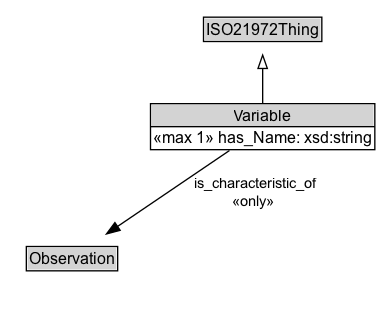
ISO-TC204/ontology-i72-v1 keeps this Graphviz diagram as docs/diagrams/Variable.dot.png. Above is the earlier version. Its source is kept beside it as docs/diagrams/Variable.dot.
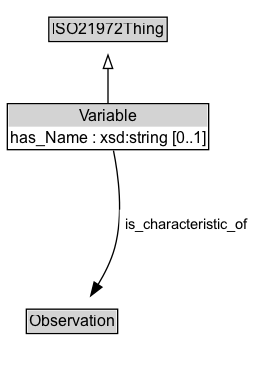
After the change.

Diff of the diagram source:
```diff
@@ -3,18 +3,21 @@
 	node [fontname=Arial fontsize=12 margin=0 shape=none]
 	edge [fontname=Arial fontsize=11]
 	{
+		rank=source
+		ISO21972Thing [label=<<TABLE BORDER="1" CELLBORDER="0" CELLSPACING="0" CELLPADDING="1"><TR><TD BGCOLOR="lightgray" ALIGN="CENTER">ISO21972Thing</TD></TR></TABLE>> URL="../ISO21972Thing" margin=0]
+	}
+	Variable [label=<<TABLE BORDER="1" CELLBORDER="0" CELLSPACING="0" CELLPADDING="1"><TR><TD BGCOLOR="lightgray" ALIGN="CENTER">Variable</TD></TR><TR><TD ALIGN="LEFT">has_Name : xsd:string [0..1]</TD></TR></TABLE>> URL="../Variable" margin=0]
+	{
 		rank=max
-		Variable [label=<<TABLE BORDER="1" CELLBORDER="0" CELLSPACING="0" CELLPADDING="1"><TR><TD BGCOLOR="lightgray" ALIGN="CENTER" PORT="e">Variable</TD></TR><HR/><TR><TD ALIGN="LEFT">«max 1» has_Name: xsd:string</TD></TR></TABLE>> URL="../Variable.md" margin=0]
 	}
 	subgraph cluster_associated {
 		label="" style=invis
 		Invis [label=<<TABLE BORDER="0" CELLBORDER="0" CELLSPACING="0" CELLPADDING="1"><TR><TD></TD></TR></TABLE>> margin=0 style=invis]
-		Observation [label=<<TABLE BORDER="1" CELLBORDER="0" CELLSPACING="0" CELLPADDING="1"><TR><TD BGCOLOR="lightgray" ALIGN="CENTER">Observation</TD></TR></TABLE>> URL="../Observation.md" margin=0]
+		Observation [label=<<TABLE BORDER="1" CELLBORDER="0" CELLSPACING="0" CELLPADDING="1"><TR><TD BGCOLOR="lightgray" ALIGN="CENTER">Observation</TD></TR></TABLE>> URL="../Observation" margin=0]
 	}
-	ISO21972Thing [label=<<TABLE BORDER="1" CELLBORDER="0" CELLSPACING="0" CELLPADDING="1"><TR><TD BGCOLOR="lightgray" ALIGN="CENTER">ISO21972Thing</TD></TR></TABLE>> URL="../ISO21972Thing.md" margin=0]
 	Variable -> ISO21972Thing [arrowhead=onormal style=solid]
 	Variable -> Invis [style=invis]
 	Invis -> Observation [style=invis]
-	Variable -> Observation [label=" is_characteristic_of
- «only»  " arrowhead=normal style=solid]
+	Observation [label=<<TABLE BORDER="1" CELLBORDER="0" CELLSPACING="0" CELLPADDING="1"><TR><TD BGCOLOR="lightgray" ALIGN="CENTER">Observation</TD></TR></TABLE>> URL="../Observation" margin=0]
+	Variable -> Observation [label=<<TABLE BORDER="0" CELLBORDER="0" CELLSPACING="0" CELLPADDING="4" BGCOLOR="white"><TR><TD ALIGN="CENTER">is_characteristic_of</TD></TR></TABLE>> arrowhead=normal style=solid]
 }
```
